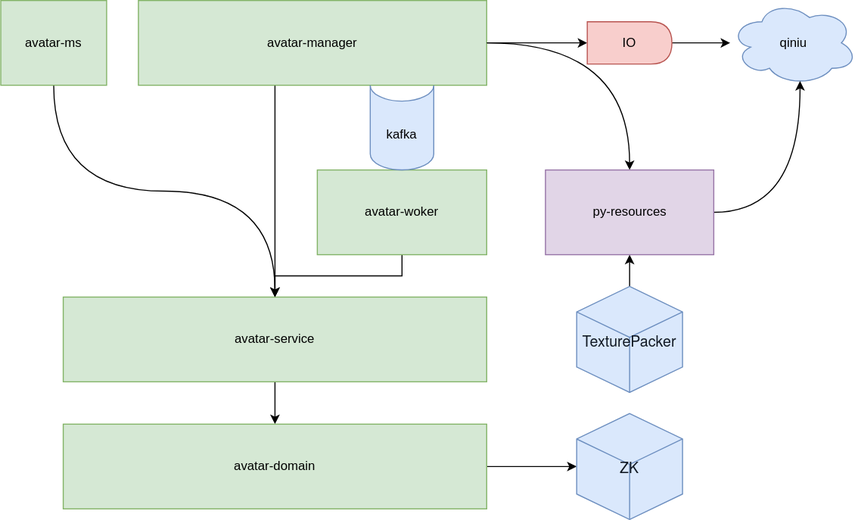
Earlier version of the draw.io export avatar_conf_tool.drawio.svg (fsdmp/diagrams). Source tidied: cells renumbered, new cells last; positions are measured from the earlier drawing's top-left corner, leaving out a move shared by most shapes.
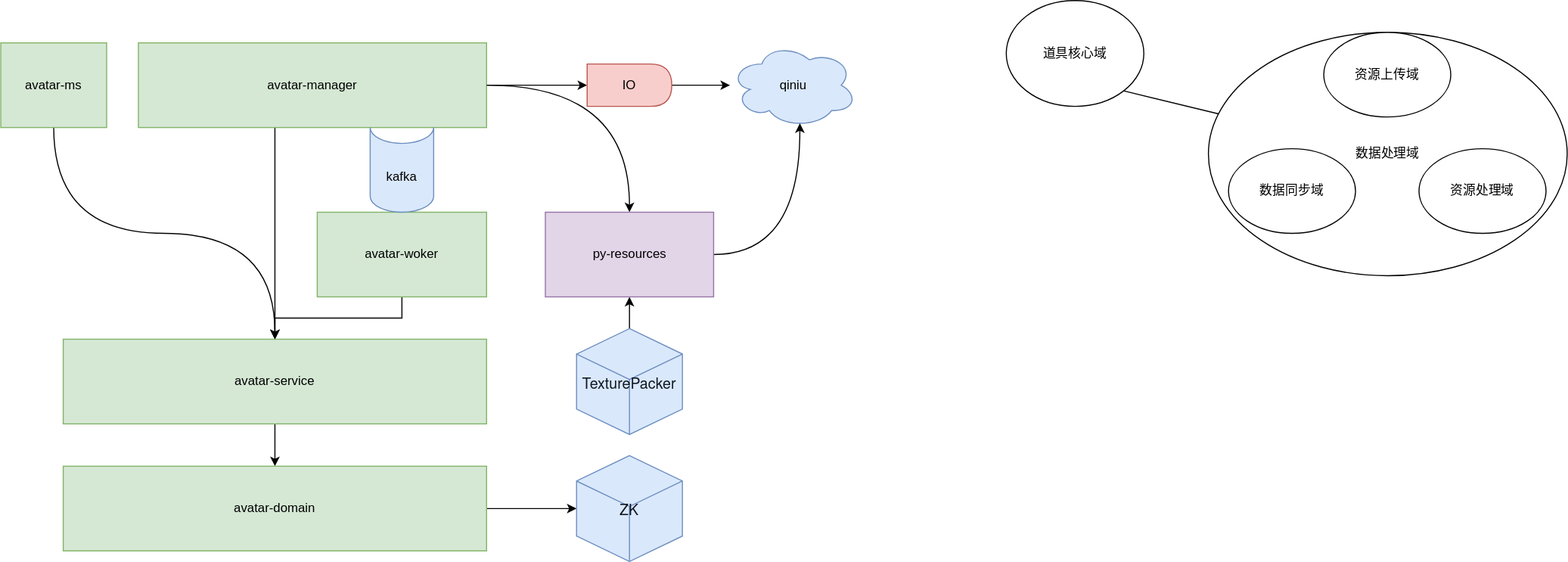
Above is the later version.

Diff of the diagram source:
```diff
@@ -70,5 +70,23 @@
     <mxCell id="22" value="py-resources" style="rounded=0;whiteSpace=wrap;html=1;verticalAlign=middle;fillColor=#e1d5e7;strokeColor=#9673a6;" parent="1" vertex="1">
       <mxGeometry x="514.5" y="160" width="159" height="80" as="geometry" />
     </mxCell>
+    <mxCell id="23" value="道具核心域" style="ellipse;whiteSpace=wrap;html=1;verticalAlign=middle;" parent="1" vertex="1">
+      <mxGeometry x="950" y="-40" width="130" height="100" as="geometry" />
+    </mxCell>
+    <mxCell id="24" value="数据处理域" style="ellipse;whiteSpace=wrap;html=1;verticalAlign=middle;" parent="1" vertex="1">
+      <mxGeometry x="1141" y="-10" width="339" height="230" as="geometry" />
+    </mxCell>
+    <mxCell id="25" value="数据同步域" style="ellipse;whiteSpace=wrap;html=1;verticalAlign=middle;" parent="1" vertex="1">
+      <mxGeometry x="1160" y="100" width="120" height="80" as="geometry" />
+    </mxCell>
+    <mxCell id="26" value="资源处理域" style="ellipse;whiteSpace=wrap;html=1;verticalAlign=middle;" parent="1" vertex="1">
+      <mxGeometry x="1340" y="100" width="120" height="80" as="geometry" />
+    </mxCell>
+    <mxCell id="27" style="endArrow=none;html=1;rounded=0;strokeWidth=1;curved=1;elbow=vertical;exitX=1;exitY=1;exitDx=0;exitDy=0;" parent="1" edge="1" source="23" target="24">
+      <mxGeometry relative="1" as="geometry" />
+    </mxCell>
+    <mxCell id="28" value="资源上传域" style="ellipse;whiteSpace=wrap;html=1;verticalAlign=middle;" parent="1" vertex="1">
+      <mxGeometry x="1250" y="-10" width="120" height="80" as="geometry" />
+    </mxCell>
   </root>
 </mxGraphModel>
```
